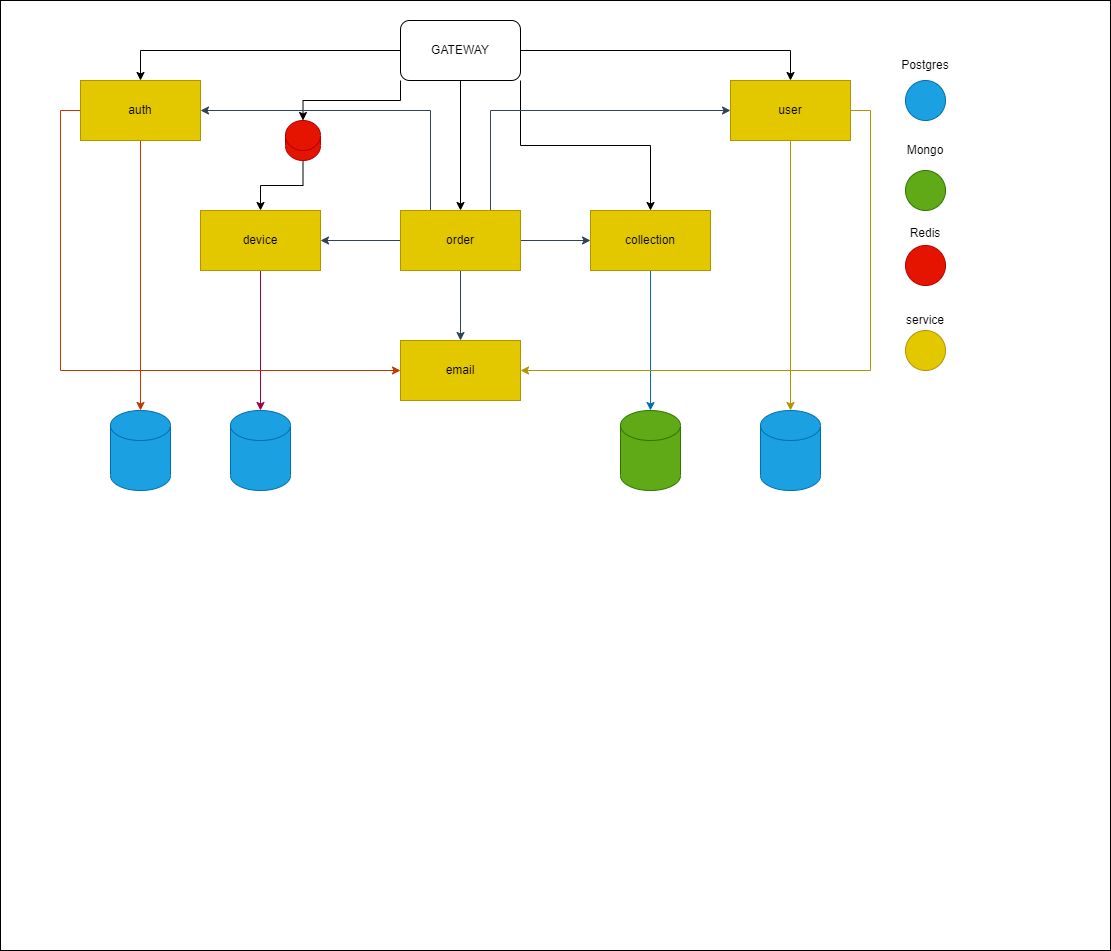
Before: docs/schema.png, a diagram exported from draw.io (alserov/device-shop). Source tidied: cells renumbered, new cells last; positions are measured from the earlier drawing's top-left corner, leaving out a move shared by most shapes.
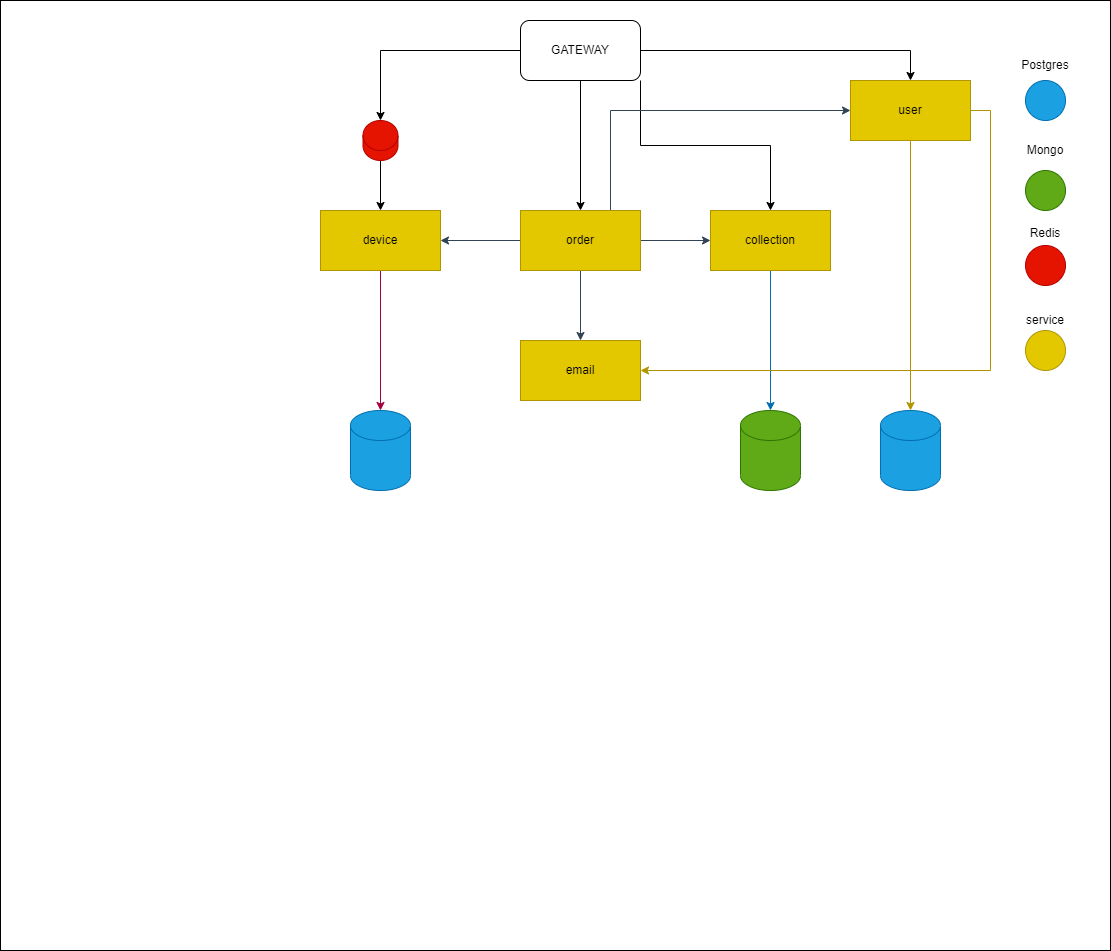
After the commit.

The edit, as a diff of the source:
```diff
@@ -3,23 +3,20 @@
     <mxCell id="0" />
     <mxCell id="1" parent="0" />
     <mxCell id="2" style="rounded=0;whiteSpace=wrap;html=1;" parent="1" vertex="1">
-      <mxGeometry width="1110" height="950" as="geometry" />
+      <mxGeometry x="-120" width="1110" height="950" as="geometry" />
     </mxCell>
-    <mxCell id="3" style="edgeStyle=orthogonalEdgeStyle;rounded=0;jettySize=auto;html=1;exitX=0;exitY=0.5;exitDx=0;exitDy=0;entryX=0.5;entryY=0;entryDx=0;entryDy=0;fontSize=17;" parent="1" edge="1" source="8" target="13">
-      <mxGeometry relative="1" as="geometry" />
-    </mxCell>
     <mxCell id="4" style="edgeStyle=orthogonalEdgeStyle;rounded=0;jettySize=auto;html=1;exitX=1;exitY=0.5;exitDx=0;exitDy=0;entryX=0.5;entryY=0;entryDx=0;entryDy=0;fontSize=17;" parent="1" edge="1" source="8" target="22">
       <mxGeometry relative="1" as="geometry" />
     </mxCell>
     <mxCell id="5" style="edgeStyle=orthogonalEdgeStyle;rounded=0;jettySize=auto;html=1;exitX=1;exitY=1;exitDx=0;exitDy=0;" parent="1" edge="1" source="8" target="18">
       <mxGeometry relative="1" as="geometry" />
     </mxCell>
+    <mxCell id="7" style="edgeStyle=orthogonalEdgeStyle;rounded=0;jettySize=auto;html=1;exitX=0.5;exitY=1;exitDx=0;exitDy=0;" parent="1" edge="1" source="8" target="31">
+      <mxGeometry relative="1" as="geometry" />
+    </mxCell>
-    <mxCell id="6" style="edgeStyle=orthogonalEdgeStyle;rounded=0;jettySize=auto;html=1;exitX=0;exitY=1;exitDx=0;exitDy=0;entryX=0.5;entryY=0;entryDx=0;entryDy=0;entryPerimeter=0;" parent="1" edge="1" source="8" target="25">
+    <mxCell id="6" style="edgeStyle=orthogonalEdgeStyle;rounded=0;jettySize=auto;html=1;exitX=0;exitY=0.5;exitDx=0;exitDy=0;entryX=0.5;entryY=0;entryDx=0;entryDy=0;entryPerimeter=0;" parent="1" edge="1" source="8" target="25">
       <mxGeometry relative="1" as="geometry" />
     </mxCell>
-    <mxCell id="7" style="edgeStyle=orthogonalEdgeStyle;rounded=0;jettySize=auto;html=1;exitX=0.5;exitY=1;exitDx=0;exitDy=0;" parent="1" edge="1" source="8" target="31">
-      <mxGeometry relative="1" as="geometry" />
-    </mxCell>
     <mxCell id="8" value="GATEWAY" style="rounded=1;whiteSpace=wrap;html=1;" parent="1" vertex="1">
       <mxGeometry x="400" y="20" width="120" height="60" as="geometry" />
     </mxCell>
@@ -29,21 +26,9 @@
     <mxCell id="10" value="device" style="rounded=0;whiteSpace=wrap;html=1;fillColor=#e3c800;fontColor=#000000;strokeColor=#B09500;" parent="1" vertex="1">
       <mxGeometry x="200" y="210" width="120" height="60" as="geometry" />
     </mxCell>
-    <mxCell id="11" style="edgeStyle=orthogonalEdgeStyle;rounded=0;jettySize=auto;html=1;exitX=0.5;exitY=1;exitDx=0;exitDy=0;entryX=0.5;entryY=0;entryDx=0;entryDy=0;entryPerimeter=0;fillColor=#fa6800;strokeColor=#C73500;" parent="1" edge="1" source="13" target="15">
-      <mxGeometry relative="1" as="geometry" />
-    </mxCell>
-    <mxCell id="12" style="edgeStyle=orthogonalEdgeStyle;rounded=0;jettySize=auto;html=1;exitX=0;exitY=0.5;exitDx=0;exitDy=0;entryX=0;entryY=0.5;entryDx=0;entryDy=0;fillColor=#fa6800;strokeColor=#C73500;" parent="1" edge="1" source="13" target="14">
-      <mxGeometry relative="1" as="geometry" />
-    </mxCell>
-    <mxCell id="13" value="auth" style="rounded=0;whiteSpace=wrap;html=1;fillColor=#e3c800;fontColor=#000000;strokeColor=#B09500;" parent="1" vertex="1">
-      <mxGeometry x="80" y="80" width="120" height="60" as="geometry" />
-    </mxCell>
     <mxCell id="14" value="email" style="rounded=0;whiteSpace=wrap;html=1;fillColor=#e3c800;fontColor=#000000;strokeColor=#B09500;" parent="1" vertex="1">
       <mxGeometry x="400" y="340" width="120" height="60" as="geometry" />
     </mxCell>
-    <mxCell id="15" style="shape=cylinder3;whiteSpace=wrap;html=1;boundedLbl=1;backgroundOutline=1;size=15;labelBackgroundColor=#FFFF00;fillColor=#1ba1e2;fontColor=#ffffff;strokeColor=#006EAF;" parent="1" vertex="1">
-      <mxGeometry x="110" y="410" width="60" height="80" as="geometry" />
-    </mxCell>
     <mxCell id="16" style="shape=cylinder3;whiteSpace=wrap;html=1;boundedLbl=1;backgroundOutline=1;size=15;labelBackgroundColor=#FFFF00;fillColor=#1ba1e2;fontColor=#ffffff;strokeColor=#006EAF;" parent="1" vertex="1">
       <mxGeometry x="230" y="410" width="60" height="80" as="geometry" />
     </mxCell>
@@ -72,7 +57,7 @@
       <mxGeometry relative="1" as="geometry" />
     </mxCell>
     <mxCell id="25" style="shape=cylinder3;whiteSpace=wrap;html=1;boundedLbl=1;backgroundOutline=1;size=15;labelBackgroundColor=none;fillColor=#e51400;fontColor=#ffffff;strokeColor=#B20000;" parent="1" vertex="1">
-      <mxGeometry x="285" y="120" width="35" height="40" as="geometry" />
+      <mxGeometry x="242.5" y="120" width="35" height="40" as="geometry" />
     </mxCell>
     <mxCell id="26" style="edgeStyle=orthogonalEdgeStyle;rounded=0;jettySize=auto;html=1;exitX=1;exitY=0.5;exitDx=0;exitDy=0;entryX=0;entryY=0.5;entryDx=0;entryDy=0;fillColor=#647687;strokeColor=#314354;" parent="1" edge="1" source="31" target="18">
       <mxGeometry relative="1" as="geometry" />
@@ -83,9 +68,6 @@
     <mxCell id="28" style="edgeStyle=orthogonalEdgeStyle;rounded=0;jettySize=auto;html=1;exitX=0;exitY=0.5;exitDx=0;exitDy=0;entryX=1;entryY=0.5;entryDx=0;entryDy=0;fillColor=#647687;strokeColor=#314354;" parent="1" edge="1" source="31" target="10">
       <mxGeometry relative="1" as="geometry" />
     </mxCell>
-    <mxCell id="29" style="edgeStyle=orthogonalEdgeStyle;rounded=0;jettySize=auto;html=1;exitX=0.25;exitY=0;exitDx=0;exitDy=0;entryX=1;entryY=0.5;entryDx=0;entryDy=0;fillColor=#647687;strokeColor=#314354;" parent="1" edge="1" source="31" target="13">
-      <mxGeometry relative="1" as="geometry" />
-    </mxCell>
     <mxCell id="30" style="edgeStyle=orthogonalEdgeStyle;rounded=0;jettySize=auto;html=1;exitX=0.5;exitY=1;exitDx=0;exitDy=0;entryX=0.5;entryY=0;entryDx=0;entryDy=0;fillColor=#647687;strokeColor=#314354;" parent="1" edge="1" source="31" target="14">
       <mxGeometry relative="1" as="geometry" />
     </mxCell>
```
